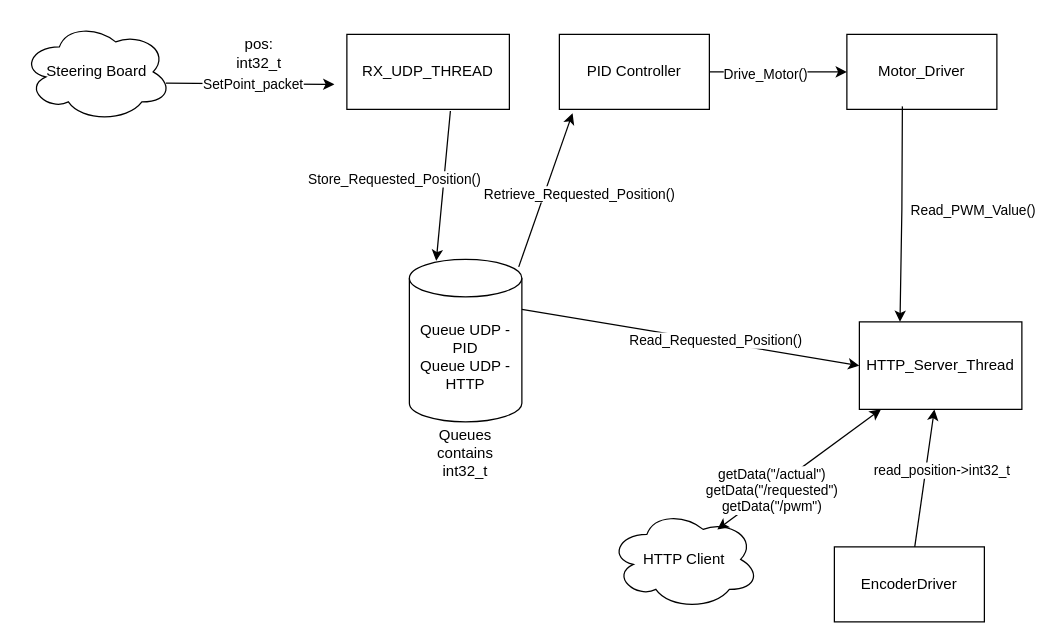
Above: docs/diagrams/dfd_control_board.drawio in fabiesposit/Digital-Steer-by-Wire-Motor-Controller- (draw.io), before the change. Source tidied: cells renumbered, new cells numbered last; positions are measured from the earlier drawing's top-left corner, leaving out a move shared by most shapes. Both pictures are drawn from the tidied source at 125%, with x=0, y=0 at pixel (21, 21).
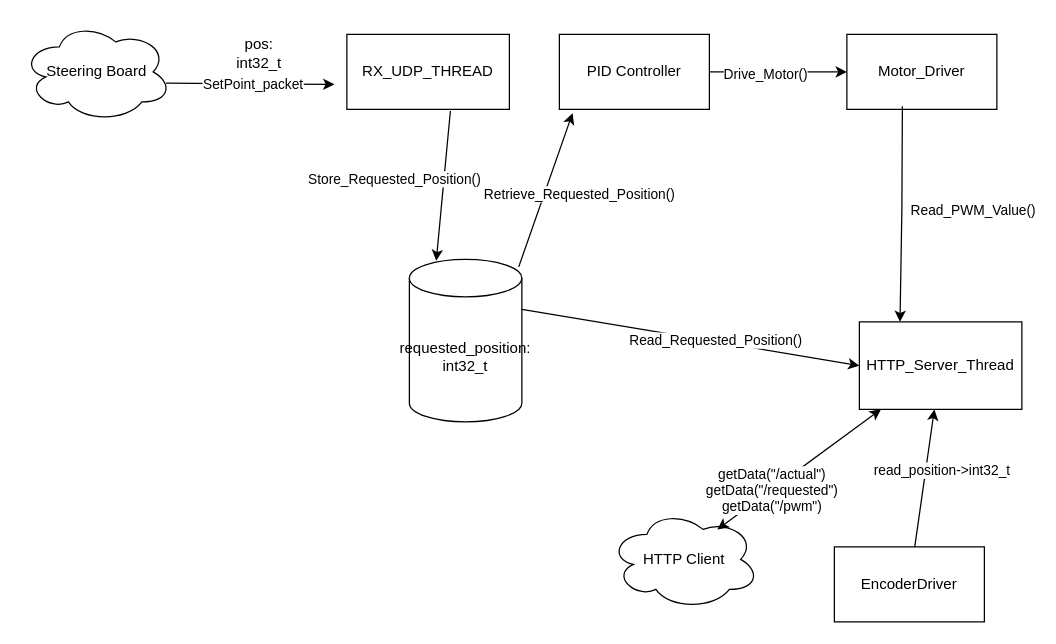
The same page after the edit.

Commit message (it also covers changes not shown here):
Replace PID queue with global requested_position protected by mutex

Removed queue_udp_pid and switched to a single shared variable
(requested_position) to store the steering board setpoint.

Access is now synchronized with a dedicated mutex:
- UDP thread updates requested_position
- PID and HTTP threads read it safely
- PID thread uses TX_NO_WAIT to avoid blocking

Change to the diagram source:
```diff
@@
-    <mxCell id="10" value="Queue UDP - PID&lt;div&gt;Queue UDP - HTTP&lt;/div&gt;" style="shape=cylinder3;whiteSpace=wrap;html=1;boundedLbl=1;backgroundOutline=1;size=15;" parent="1" vertex="1">
+    <mxCell id="10" value="requested_position: int32_t" style="shape=cylinder3;whiteSpace=wrap;html=1;boundedLbl=1;backgroundOutline=1;size=15;" parent="1" vertex="1">
       <mxGeometry x="310" y="190" width="90" height="130" as="geometry" />
     </mxCell>
@@
-    <mxCell id="25" value="Queues contains int32_t" style="text;html=1;whiteSpace=wrap;strokeColor=none;fillColor=none;align=center;verticalAlign=middle;rounded=0;" parent="1" vertex="1">
-      <mxGeometry x="325" y="330" width="60" height="30" as="geometry" />
-    </mxCell>
```
